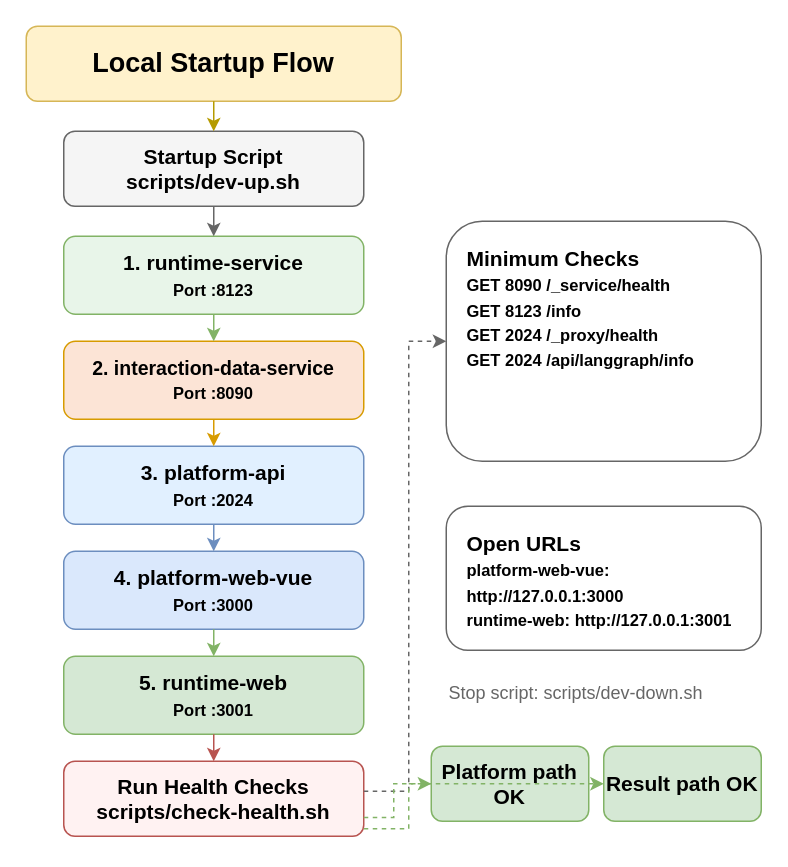
Before: docs/diagrams/local-dev-startup-flow.en.drawio in ljxpython/ai-agent-platform, a draw.io diagram. Source tidied: cells renumbered, new cells numbered last; positions are measured from the earlier drawing's top-left corner, leaving out a move shared by most shapes. Both pictures are drawn from the tidied source at 150%, with x=0, y=0 at pixel (26, 26).
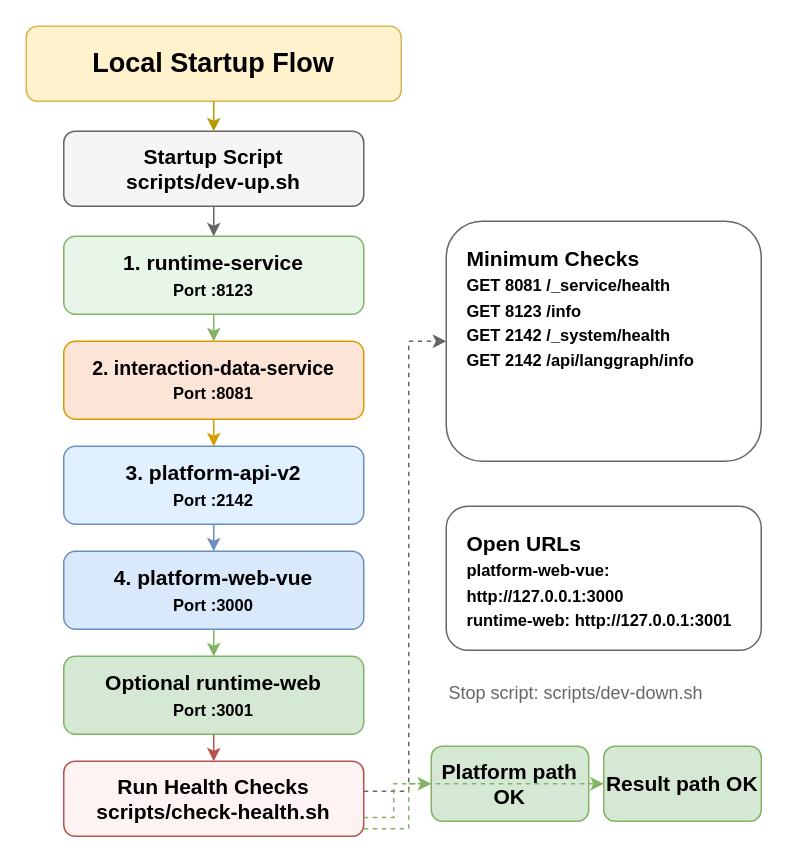
The same diagram, later.

The edit, as a diff of the source:
```diff
@@
-    <mxCell id="5" value="2. interaction-data-service&lt;br/&gt;&lt;font style=&quot;font-size:11px;&quot;&gt;Port :8090&lt;/font&gt;" style="rounded=1;whiteSpace=wrap;html=1;fillColor=#FCE4D6;strokeColor=#D79B00;fontSize=13;fontStyle=1;align=center;verticalAlign=middle;" parent="1" vertex="1">
+    <mxCell id="5" value="2. interaction-data-service&lt;br/&gt;&lt;font style=&quot;font-size:11px;&quot;&gt;Port :8081&lt;/font&gt;" style="rounded=1;whiteSpace=wrap;html=1;fillColor=#FCE4D6;strokeColor=#D79B00;fontSize=13;fontStyle=1;align=center;verticalAlign=middle;" parent="1" vertex="1">
       <mxGeometry x="25" y="210" width="200" height="52" as="geometry" />
     </mxCell>
-    <mxCell id="6" value="3. platform-api&lt;br/&gt;&lt;font style=&quot;font-size:11px;&quot;&gt;Port :2024&lt;/font&gt;" style="rounded=1;whiteSpace=wrap;html=1;fillColor=#E1F0FF;strokeColor=#6C8EBF;fontSize=14;fontStyle=1;align=center;verticalAlign=middle;" parent="1" vertex="1">
+    <mxCell id="6" value="3. platform-api-v2&lt;br/&gt;&lt;font style=&quot;font-size:11px;&quot;&gt;Port :2142&lt;/font&gt;" style="rounded=1;whiteSpace=wrap;html=1;fillColor=#E1F0FF;strokeColor=#6C8EBF;fontSize=14;fontStyle=1;align=center;verticalAlign=middle;" parent="1" vertex="1">
       <mxGeometry x="25" y="280" width="200" height="52" as="geometry" />
     </mxCell>
@@
-    <mxCell id="8" value="5. runtime-web&lt;br/&gt;&lt;font style=&quot;font-size:11px;&quot;&gt;Port :3001&lt;/font&gt;" style="rounded=1;whiteSpace=wrap;html=1;fillColor=#D5E8D4;strokeColor=#82B366;fontSize=14;fontStyle=1;align=center;verticalAlign=middle;" parent="1" vertex="1">
+    <mxCell id="8" value="Optional runtime-web&lt;br/&gt;&lt;font style=&quot;font-size:11px;&quot;&gt;Port :3001&lt;/font&gt;" style="rounded=1;whiteSpace=wrap;html=1;fillColor=#D5E8D4;strokeColor=#82B366;fontSize=14;fontStyle=1;align=center;verticalAlign=middle;" parent="1" vertex="1">
       <mxGeometry x="25" y="420" width="200" height="52" as="geometry" />
     </mxCell>
@@
-    <mxCell id="10" value="Minimum Checks&lt;br/&gt;&lt;font style=&quot;font-size:11px;&quot;&gt;GET 8090 /_service/health&lt;br/&gt;GET 8123 /info&lt;br/&gt;GET 2024 /_proxy/health&lt;br/&gt;GET 2024 /api/langgraph/info&lt;/font&gt;" style="rounded=1;whiteSpace=wrap;html=1;fillColor=#FFFFFF;strokeColor=#666666;fontSize=14;fontStyle=1;align=left;spacingLeft=12;spacingTop=10;verticalAlign=top;" parent="1" vertex="1">
+    <mxCell id="10" value="Minimum Checks&lt;br/&gt;&lt;font style=&quot;font-size:11px;&quot;&gt;GET 8081 /_service/health&lt;br/&gt;GET 8123 /info&lt;br/&gt;GET 2142 /_system/health&lt;br/&gt;GET 2142 /api/langgraph/info&lt;/font&gt;" style="rounded=1;whiteSpace=wrap;html=1;fillColor=#FFFFFF;strokeColor=#666666;fontSize=14;fontStyle=1;align=left;spacingLeft=12;spacingTop=10;verticalAlign=top;" parent="1" vertex="1">
       <mxGeometry x="280" y="130" width="210" height="160" as="geometry" />
     </mxCell>
```
